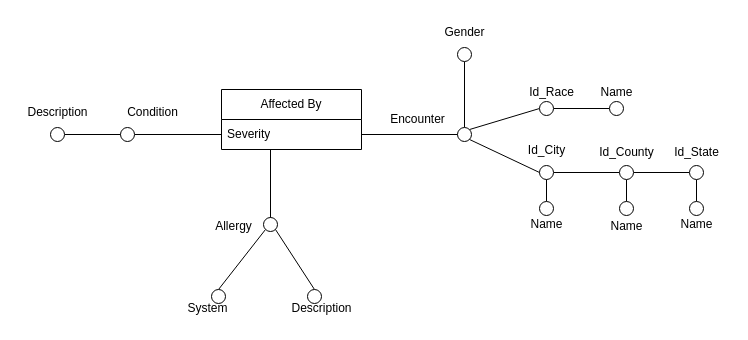
Earlier version of the draw.io diagram Schemi_Di_Fatto/Affected_By.drawio (MircoPerna99/BigDataManagement_Team). Source tidied: cells renumbered, new cells numbered last; positions are measured from the earlier drawing's top-left corner, leaving out a move shared by most shapes. Both pictures are drawn from the tidied source at 100%, with x=0, y=0 at pixel (17, 17).
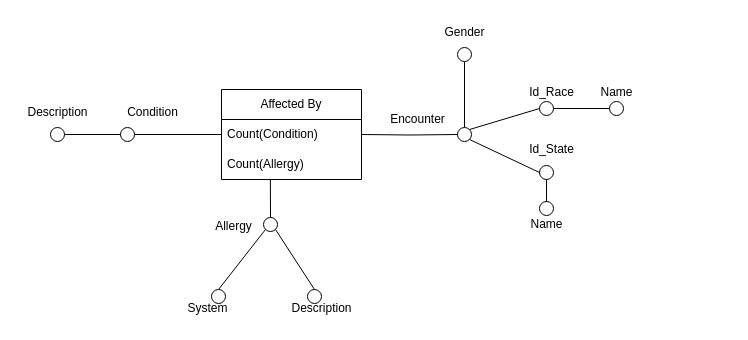
The same page after the edit.

The change refers to these unchanged cells:
```xml
<mxCell id="4" style="ellipse;whiteSpace=wrap;html=1;fillColor=#FFFFFF;" parent="1" vertex="1">
  <mxGeometry x="440" y="110" width="14" height="14" as="geometry" />
</mxCell>
<mxCell id="6" style="ellipse;whiteSpace=wrap;html=1;fillColor=#FFFFFF;" parent="1" vertex="1">
  <mxGeometry x="246" y="200" width="14" height="14" as="geometry" />
</mxCell>
<mxCell id="14" style="ellipse;whiteSpace=wrap;html=1;fillColor=#FFFFFF;" parent="1" vertex="1">
  <mxGeometry x="522" y="148" width="14" height="14" as="geometry" />
</mxCell>
<mxCell id="43" style="ellipse;whiteSpace=wrap;html=1;fillColor=#FFFFFF;" parent="1" vertex="1">
  <mxGeometry x="103" y="110" width="14" height="14" as="geometry" />
</mxCell>
```

Change to the diagram source:
```diff
@@
-    <mxCell id="13" style="edgeStyle=orthogonalEdgeStyle;rounded=0;jettySize=auto;html=1;exitX=1;exitY=0.5;exitDx=0;exitDy=0;entryX=0;entryY=0.5;entryDx=0;entryDy=0;endArrow=none;startFill=0;" parent="1" edge="1" source="14" target="21">
-      <mxGeometry relative="1" as="geometry" />
-    </mxCell>
@@
-    <mxCell id="15" value="Id_City" style="text;html=1;align=center;verticalAlign=middle;strokeColor=none;fillColor=none;" parent="1" vertex="1">
-      <mxGeometry x="499" y="118" width="60" height="30" as="geometry" />
-    </mxCell>
@@
-    <mxCell id="19" style="edgeStyle=orthogonalEdgeStyle;rounded=0;jettySize=auto;html=1;exitX=0.5;exitY=1;exitDx=0;exitDy=0;entryX=0.5;entryY=0;entryDx=0;entryDy=0;endArrow=none;startFill=0;" parent="1" edge="1" source="21" target="23">
-      <mxGeometry relative="1" as="geometry" />
-    </mxCell>
-    <mxCell id="20" style="edgeStyle=orthogonalEdgeStyle;rounded=0;jettySize=auto;html=1;exitX=1;exitY=0.5;exitDx=0;exitDy=0;entryX=0;entryY=0.5;entryDx=0;entryDy=0;endArrow=none;startFill=0;" parent="1" edge="1" source="21" target="26">
-      <mxGeometry relative="1" as="geometry" />
-    </mxCell>
-    <mxCell id="21" style="ellipse;whiteSpace=wrap;html=1;fillColor=#FFFFFF;" parent="1" vertex="1">
-      <mxGeometry x="602" y="148" width="14" height="14" as="geometry" />
-    </mxCell>
-    <mxCell id="22" value="Id_County" style="text;html=1;align=center;verticalAlign=middle;strokeColor=none;fillColor=none;" parent="1" vertex="1">
-      <mxGeometry x="569" y="120" width="80" height="30" as="geometry" />
-    </mxCell>
-    <mxCell id="23" style="ellipse;whiteSpace=wrap;html=1;fillColor=#FFFFFF;" parent="1" vertex="1">
-      <mxGeometry x="602" y="184" width="14" height="14" as="geometry" />
-    </mxCell>
-    <mxCell id="24" value="Name" style="text;html=1;align=center;verticalAlign=middle;strokeColor=none;fillColor=none;" parent="1" vertex="1">
-      <mxGeometry x="579" y="194" width="60" height="30" as="geometry" />
-    </mxCell>
-    <mxCell id="25" style="edgeStyle=orthogonalEdgeStyle;rounded=0;jettySize=auto;html=1;exitX=0.5;exitY=1;exitDx=0;exitDy=0;entryX=0.5;entryY=0;entryDx=0;entryDy=0;endArrow=none;startFill=0;" parent="1" edge="1" source="26" target="28">
-      <mxGeometry relative="1" as="geometry" />
-    </mxCell>
-    <mxCell id="26" style="ellipse;whiteSpace=wrap;html=1;fillColor=#FFFFFF;" parent="1" vertex="1">
-      <mxGeometry x="672" y="148" width="14" height="14" as="geometry" />
-    </mxCell>
     <mxCell id="27" value="Id_State" style="text;html=1;align=center;verticalAlign=middle;strokeColor=none;fillColor=none;" parent="1" vertex="1">
-      <mxGeometry x="644" y="120" width="70" height="30" as="geometry" />
+      <mxGeometry x="499" y="117" width="70" height="30" as="geometry" />
     </mxCell>
-    <mxCell id="28" style="ellipse;whiteSpace=wrap;html=1;fillColor=#FFFFFF;" parent="1" vertex="1">
-      <mxGeometry x="672" y="184" width="14" height="14" as="geometry" />
-    </mxCell>
-    <mxCell id="29" value="Name" style="text;html=1;align=center;verticalAlign=middle;strokeColor=none;fillColor=none;" parent="1" vertex="1">
-      <mxGeometry x="649" y="192" width="60" height="30" as="geometry" />
-    </mxCell>
@@
     <mxCell id="40" value="Affected By" style="swimlane;fontStyle=0;horizontal=1;startSize=30;whiteSpace=wrap;html=1;" parent="1" vertex="1">
-      <mxGeometry x="204" y="72" width="140" height="60" as="geometry" />
+      <mxGeometry x="204" y="72" width="140" height="90" as="geometry" />
     </mxCell>
-    <mxCell id="41" value="Severity" style="text;strokeColor=none;fillColor=none;align=left;verticalAlign=middle;spacingLeft=4;spacingRight=4;overflow=hidden;points=[[0,0.5],[1,0.5]];portConstraint=eastwest;whiteSpace=wrap;html=1;" parent="40" vertex="1">
-      <mxGeometry y="30" width="140" height="30" as="geometry" />
-    </mxCell>
-    <mxCell id="42" style="edgeStyle=orthogonalEdgeStyle;rounded=0;jettySize=auto;html=1;exitX=1;exitY=0.5;exitDx=0;exitDy=0;entryX=0;entryY=0.5;entryDx=0;entryDy=0;endArrow=none;startFill=0;" parent="1" edge="1" source="43" target="41">
-      <mxGeometry relative="1" as="geometry" />
-    </mxCell>
+    <mxCell id="49" value="Count(Condition)" style="text;strokeColor=none;fillColor=none;align=left;verticalAlign=middle;spacingLeft=4;spacingRight=4;overflow=hidden;whiteSpace=wrap;html=1;" parent="40" vertex="1">
+      <mxGeometry y="30" width="140" height="30" as="geometry" />
+    </mxCell>
+    <mxCell id="50" value="Count(Allergy)" style="text;strokeColor=none;fillColor=none;align=left;verticalAlign=middle;spacingLeft=4;spacingRight=4;overflow=hidden;points=[[0,0.5],[1,0.5]];portConstraint=eastwest;whiteSpace=wrap;html=1;" parent="40" vertex="1">
+      <mxGeometry y="60" width="140" height="30" as="geometry" />
+    </mxCell>
+    <mxCell id="51" style="edgeStyle=orthogonalEdgeStyle;rounded=0;jettySize=auto;html=1;exitX=1;exitY=0.5;exitDx=0;exitDy=0;entryX=0;entryY=0.5;entryDx=0;entryDy=0;endArrow=none;startFill=0;" parent="1" edge="1" source="43">
+      <mxGeometry relative="1" as="geometry">
+        <mxPoint x="204" y="117" as="targetPoint" />
+      </mxGeometry>
+    </mxCell>
@@
-    <mxCell id="47" style="edgeStyle=orthogonalEdgeStyle;rounded=0;jettySize=auto;html=1;exitX=0.5;exitY=0;exitDx=0;exitDy=0;entryX=0.35;entryY=0.999;entryDx=0;entryDy=0;entryPerimeter=0;endArrow=none;startFill=0;" parent="1" edge="1" source="6" target="41">
-      <mxGeometry relative="1" as="geometry" />
-    </mxCell>
-    <mxCell id="48" style="edgeStyle=orthogonalEdgeStyle;rounded=0;jettySize=auto;html=1;entryX=0;entryY=0.5;entryDx=0;entryDy=0;endArrow=none;startFill=0;" parent="1" edge="1" source="41" target="4">
-      <mxGeometry relative="1" as="geometry" />
-    </mxCell>
+    <mxCell id="52" style="edgeStyle=orthogonalEdgeStyle;rounded=0;jettySize=auto;html=1;entryX=0;entryY=0.5;entryDx=0;entryDy=0;endArrow=none;startFill=0;" parent="1" edge="1" target="4">
+      <mxGeometry relative="1" as="geometry">
+        <mxPoint x="344" y="117" as="sourcePoint" />
+      </mxGeometry>
+    </mxCell>
+    <mxCell id="53" style="edgeStyle=orthogonalEdgeStyle;rounded=0;jettySize=auto;html=1;exitX=0.5;exitY=0;exitDx=0;exitDy=0;entryX=0.349;entryY=0.998;entryDx=0;entryDy=0;entryPerimeter=0;endArrow=none;startFill=0;" parent="1" edge="1" source="6" target="50">
+      <mxGeometry relative="1" as="geometry" />
+    </mxCell>
```
